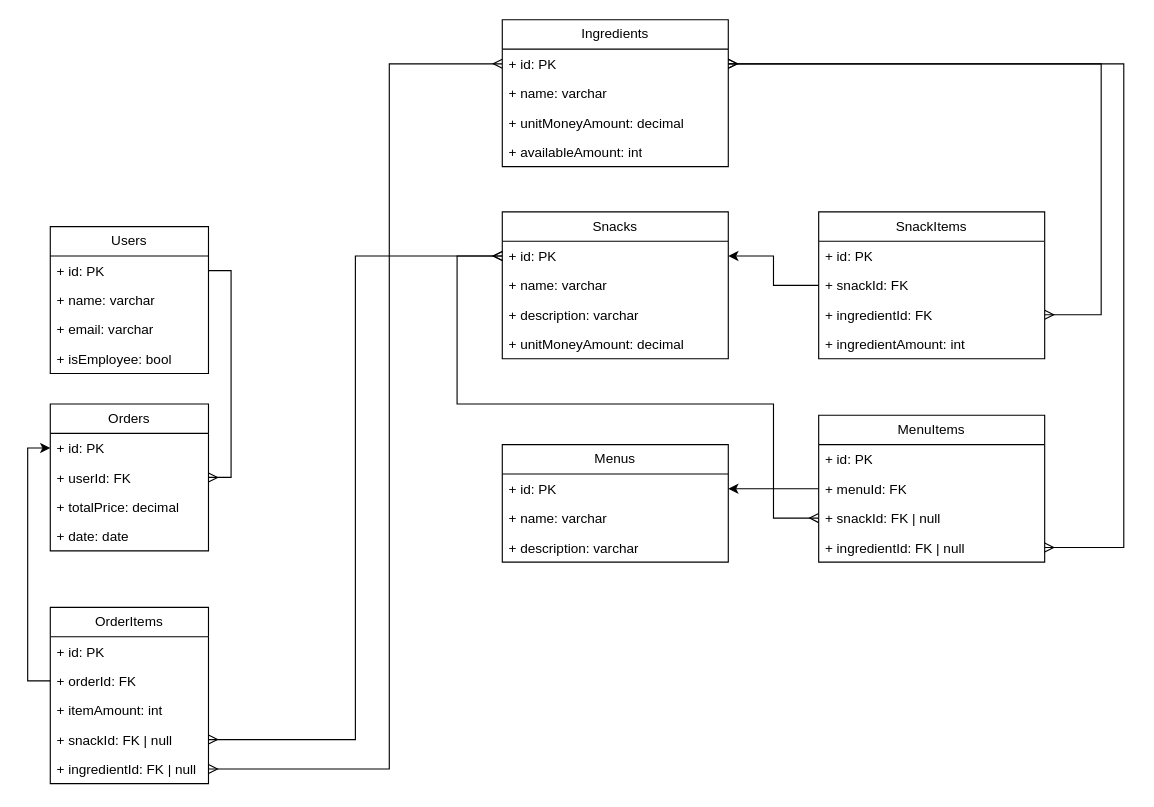
This is doc/burguerhouseDatabaseModeling.drawio from diogo-dpa/burguerhouse-api-sam, a draw.io file, before an edit. Source tidied: cells renumbered, new cells numbered last; positions are measured from the earlier drawing's top-left corner, leaving out a move shared by most shapes. Both pictures are drawn from the tidied source at 113%, with x=0, y=0 at pixel (27, 19).
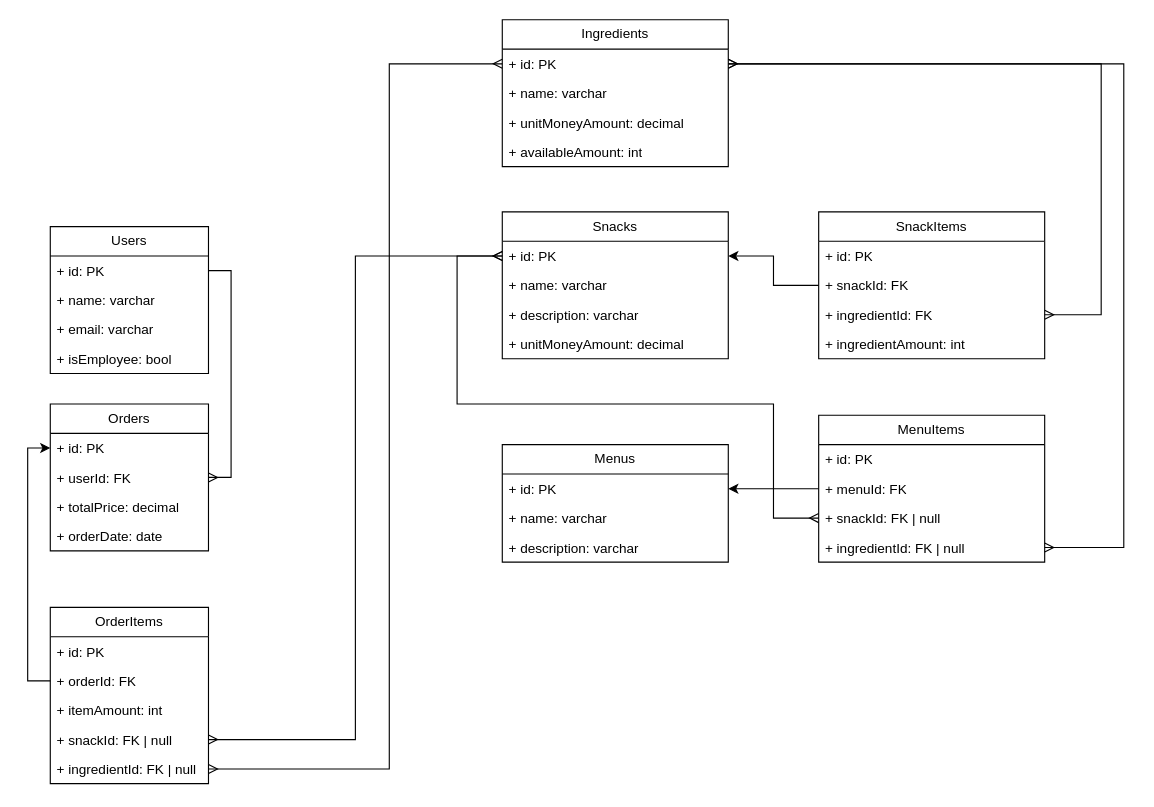
After the change.

The change refers to these unchanged cells:
```xml
<mxCell id="36" value="Orders" style="swimlane;fontStyle=0;horizontal=1;startSize=26;fillColor=none;whiteSpace=wrap;html=1;" parent="1" vertex="1">
  <mxGeometry x="20" y="340" width="140" height="130" as="geometry" />
</mxCell>
```

The edit, as a diff of the source:
```diff
@@
-    <mxCell id="40" value="+ date: date" style="text;strokeColor=none;fillColor=none;align=left;verticalAlign=top;spacingLeft=4;spacingRight=4;overflow=hidden;whiteSpace=wrap;html=1;" parent="36" vertex="1">
+    <mxCell id="40" value="+ orderDate: date" style="text;strokeColor=none;fillColor=none;align=left;verticalAlign=top;spacingLeft=4;spacingRight=4;overflow=hidden;whiteSpace=wrap;html=1;" parent="36" vertex="1">
       <mxGeometry y="104" width="140" height="26" as="geometry" />
     </mxCell>
```
